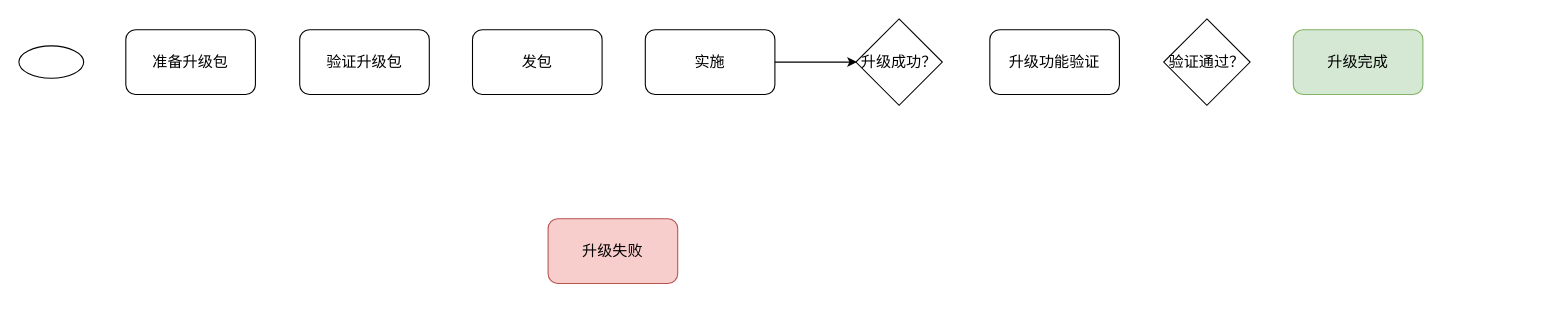
Above: 版本管理.drawio in dengyun19900722/tech-study-docs (draw.io), before the change. Source tidied: cells renumbered, new cells numbered last; positions are measured from the earlier drawing's top-left corner, leaving out a move shared by most shapes. Both pictures are drawn from the tidied source at 108%, with x=0, y=0 at pixel (18, 18).
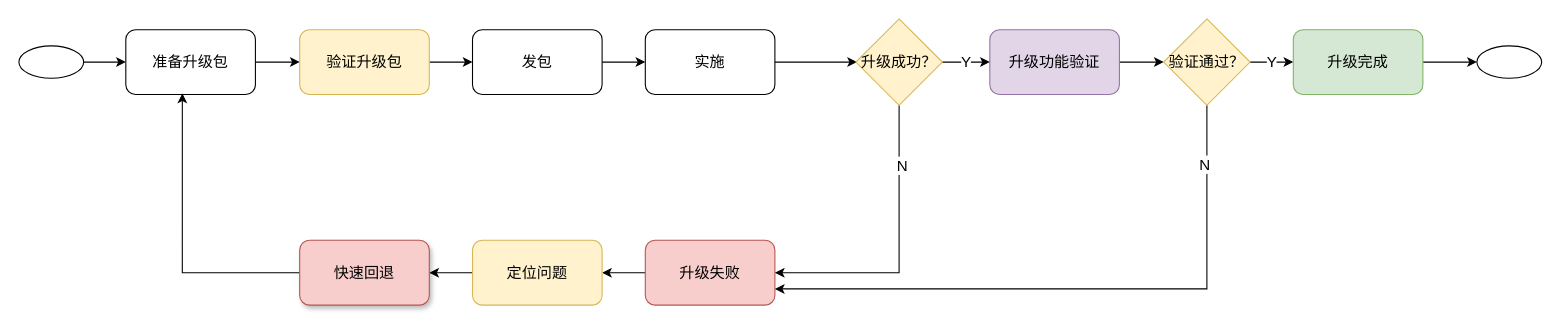
The same diagram, later.

Unchanged cells that the change refers to:
```xml
<mxCell id="2" style="ellipse;whiteSpace=wrap;html=1;" parent="1" vertex="1">
  <mxGeometry y="25" width="60" height="30" as="geometry" />
</mxCell>
<mxCell id="3" value="准备升级包" style="rounded=1;whiteSpace=wrap;html=1;fontSize=14;" parent="1" vertex="1">
  <mxGeometry x="99" y="10" width="120" height="60" as="geometry" />
</mxCell>
<mxCell id="5" value="发包" style="rounded=1;whiteSpace=wrap;html=1;fontSize=14;" parent="1" vertex="1">
  <mxGeometry x="420" y="10" width="120" height="60" as="geometry" />
</mxCell>
<mxCell id="6" value="实施" style="rounded=1;whiteSpace=wrap;html=1;fontSize=14;" parent="1" vertex="1">
  <mxGeometry x="580" y="10" width="120" height="60" as="geometry" />
</mxCell>
<mxCell id="12" value="升级完成" style="rounded=1;whiteSpace=wrap;html=1;fontSize=14;fillColor=#d5e8d4;strokeColor=#82b366;" parent="1" vertex="1">
  <mxGeometry x="1180" y="10" width="120" height="60" as="geometry" />
</mxCell>
```

Change to the diagram source:
```diff
@@
+    <mxCell id="13" style="edgeStyle=orthogonalEdgeStyle;rounded=0;jettySize=auto;html=1;fontSize=14;" parent="1" edge="1" source="2" target="3">
+      <mxGeometry relative="1" as="geometry" />
+    </mxCell>
@@
+    <mxCell id="14" style="edgeStyle=orthogonalEdgeStyle;rounded=0;jettySize=auto;html=1;fontSize=14;" parent="1" edge="1" source="3" target="4">
+      <mxGeometry relative="1" as="geometry" />
+    </mxCell>
@@
+    <mxCell id="15" style="edgeStyle=orthogonalEdgeStyle;rounded=0;jettySize=auto;html=1;exitX=1;exitY=0.5;exitDx=0;exitDy=0;entryX=0;entryY=0.5;entryDx=0;entryDy=0;fontSize=14;" parent="1" edge="1" source="4" target="5">
+      <mxGeometry relative="1" as="geometry" />
+    </mxCell>
-    <mxCell id="4" value="验证升级包" style="rounded=1;whiteSpace=wrap;html=1;fontSize=14;" parent="1" vertex="1">
+    <mxCell id="4" value="验证升级包" style="rounded=1;whiteSpace=wrap;html=1;fontSize=14;fillColor=#fff2cc;strokeColor=#d6b656;" parent="1" vertex="1">
       <mxGeometry x="260" y="10" width="120" height="60" as="geometry" />
     </mxCell>
+    <mxCell id="16" style="edgeStyle=orthogonalEdgeStyle;rounded=0;jettySize=auto;html=1;exitX=1;exitY=0.5;exitDx=0;exitDy=0;entryX=0;entryY=0.5;entryDx=0;entryDy=0;fontSize=14;" parent="1" edge="1" source="5" target="6">
+      <mxGeometry relative="1" as="geometry" />
+    </mxCell>
@@
+    <mxCell id="17" style="edgeStyle=orthogonalEdgeStyle;rounded=0;jettySize=auto;html=1;exitX=0;exitY=0.5;exitDx=0;exitDy=0;entryX=1;entryY=0.5;entryDx=0;entryDy=0;fontSize=14;" parent="1" edge="1" source="7" target="27">
+      <mxGeometry relative="1" as="geometry" />
+    </mxCell>
     <mxCell id="7" value="升级失败" style="rounded=1;whiteSpace=wrap;html=1;fontSize=14;fillColor=#f8cecc;strokeColor=#b85450;" parent="1" vertex="1">
-      <mxGeometry x="490" y="185" width="120" height="60" as="geometry" />
+      <mxGeometry x="580" y="205" width="120" height="60" as="geometry" />
     </mxCell>
+    <mxCell id="18" style="edgeStyle=orthogonalEdgeStyle;rounded=0;jettySize=auto;html=1;exitX=1;exitY=0.5;exitDx=0;exitDy=0;fontSize=14;" parent="1" edge="1" source="8" target="11">
+      <mxGeometry relative="1" as="geometry" />
+    </mxCell>
-    <mxCell id="8" value="升级功能验证" style="rounded=1;whiteSpace=wrap;html=1;fontSize=14;" parent="1" vertex="1">
+    <mxCell id="8" value="升级功能验证" style="rounded=1;whiteSpace=wrap;html=1;fontSize=14;fillColor=#e1d5e7;strokeColor=#9673a6;" parent="1" vertex="1">
       <mxGeometry x="899" y="10" width="120" height="60" as="geometry" />
     </mxCell>
@@
+    <mxCell id="19" style="edgeStyle=orthogonalEdgeStyle;rounded=0;jettySize=auto;html=1;entryX=1;entryY=0.5;entryDx=0;entryDy=0;fontSize=14;" parent="1" edge="1" source="10" target="7">
+      <mxGeometry relative="1" as="geometry">
+        <Array as="points">
+          <mxPoint x="815" y="235" />
+        </Array>
+      </mxGeometry>
+    </mxCell>
+    <mxCell id="20" value="N" style="edgeLabel;html=1;align=center;verticalAlign=middle;fontSize=14;" parent="19" vertex="1">
+      <mxGeometry x="-0.59" y="2" relative="1" as="geometry" />
+    </mxCell>
+    <mxCell id="21" value="Y" style="edgeStyle=orthogonalEdgeStyle;rounded=0;jettySize=auto;html=1;entryX=0;entryY=0.5;entryDx=0;entryDy=0;fontSize=14;" parent="1" edge="1" source="10" target="8">
+      <mxGeometry relative="1" as="geometry" />
+    </mxCell>
-    <mxCell id="10" value="升级成功？" style="rhombus;whiteSpace=wrap;html=1;fontSize=14;" parent="1" vertex="1">
+    <mxCell id="10" value="升级成功？" style="rhombus;whiteSpace=wrap;html=1;fontSize=14;fillColor=#fff2cc;strokeColor=#d6b656;" parent="1" vertex="1">
       <mxGeometry x="775" width="80" height="80" as="geometry" />
     </mxCell>
+    <mxCell id="22" value="Y" style="edgeStyle=orthogonalEdgeStyle;rounded=0;jettySize=auto;html=1;exitX=1;exitY=0.5;exitDx=0;exitDy=0;entryX=0;entryY=0.5;entryDx=0;entryDy=0;fontSize=14;" parent="1" edge="1" source="11" target="12">
+      <mxGeometry relative="1" as="geometry" />
+    </mxCell>
+    <mxCell id="23" style="edgeStyle=orthogonalEdgeStyle;rounded=0;jettySize=auto;html=1;exitX=0.5;exitY=1;exitDx=0;exitDy=0;entryX=1;entryY=0.75;entryDx=0;entryDy=0;fontSize=14;" parent="1" edge="1" source="11" target="7">
+      <mxGeometry relative="1" as="geometry" />
+    </mxCell>
+    <mxCell id="24" value="N" style="edgeLabel;html=1;align=center;verticalAlign=middle;fontSize=14;" parent="23" vertex="1">
+      <mxGeometry x="-0.81" y="-3" relative="1" as="geometry" />
+    </mxCell>
-    <mxCell id="11" value="验证通过？" style="rhombus;whiteSpace=wrap;html=1;fontSize=14;" parent="1" vertex="1">
+    <mxCell id="11" value="验证通过？" style="rhombus;whiteSpace=wrap;html=1;fontSize=14;fillColor=#fff2cc;strokeColor=#d6b656;" parent="1" vertex="1">
       <mxGeometry x="1060" width="80" height="80" as="geometry" />
     </mxCell>
+    <mxCell id="25" style="edgeStyle=orthogonalEdgeStyle;rounded=0;jettySize=auto;html=1;exitX=1;exitY=0.5;exitDx=0;exitDy=0;entryX=0;entryY=0.5;entryDx=0;entryDy=0;fontSize=14;" parent="1" edge="1" source="12" target="30">
+      <mxGeometry relative="1" as="geometry" />
+    </mxCell>
@@
+    <mxCell id="26" style="edgeStyle=orthogonalEdgeStyle;rounded=0;jettySize=auto;html=1;exitX=0;exitY=0.5;exitDx=0;exitDy=0;entryX=1;entryY=0.5;entryDx=0;entryDy=0;fontSize=14;" parent="1" edge="1" source="27" target="29">
+      <mxGeometry relative="1" as="geometry" />
+    </mxCell>
+    <mxCell id="27" value="定位问题" style="rounded=1;whiteSpace=wrap;html=1;fontSize=14;fillColor=#fff2cc;strokeColor=#d6b656;" parent="1" vertex="1">
+      <mxGeometry x="420" y="205" width="120" height="60" as="geometry" />
+    </mxCell>
+    <mxCell id="28" style="edgeStyle=orthogonalEdgeStyle;rounded=0;jettySize=auto;html=1;exitX=0;exitY=0.5;exitDx=0;exitDy=0;entryX=0.436;entryY=0.983;entryDx=0;entryDy=0;entryPerimeter=0;fontSize=14;" parent="1" edge="1" source="29" target="3">
+      <mxGeometry relative="1" as="geometry" />
+    </mxCell>
+    <mxCell id="29" value="快速回退" style="rounded=1;whiteSpace=wrap;html=1;fontSize=14;shadow=1;sketch=0;glass=0;fillColor=#f8cecc;strokeColor=#b85450;" parent="1" vertex="1">
+      <mxGeometry x="260" y="205" width="120" height="60" as="geometry" />
+    </mxCell>
+    <mxCell id="30" style="ellipse;whiteSpace=wrap;html=1;" parent="1" vertex="1">
+      <mxGeometry x="1350" y="25" width="60" height="30" as="geometry" />
+    </mxCell>
```
